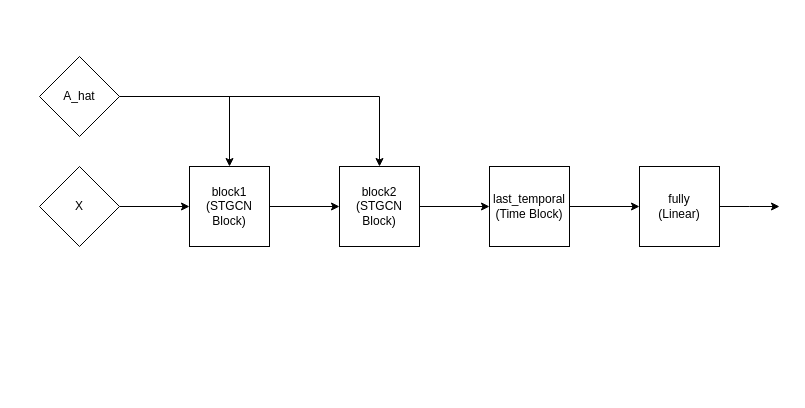
Above: diagrams/stgcn.drawio in oscarcrowley1/thesis (draw.io), before the change. Source tidied: cells renumbered, new cells numbered last; positions are measured from the earlier drawing's top-left corner, leaving out a move shared by most shapes. Both pictures are drawn from the tidied source at 100%, with x=0, y=0 at pixel (39, 56).
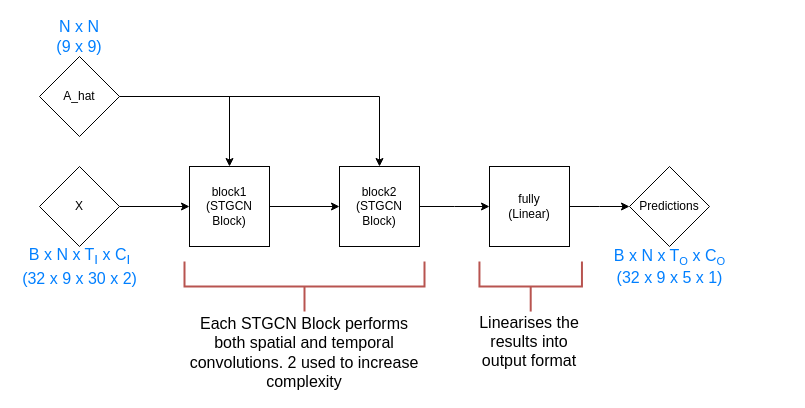
The same diagram, later.

The change refers to these unchanged cells:
```xml
<mxCell id="7" value="block2&lt;br&gt;(STGCN Block)" style="whiteSpace=wrap;html=1;" parent="1" vertex="1">
  <mxGeometry x="300" y="110" width="80" height="80" as="geometry" />
</mxCell>
```

The edit, as a diff of the source:
```diff
@@
-    <mxCell id="4" style="edgeStyle=orthogonalEdgeStyle;rounded=0;jettySize=auto;html=1;exitX=1;exitY=0.5;exitDx=0;exitDy=0;entryX=0;entryY=0.5;entryDx=0;entryDy=0;" parent="1" edge="1" source="5" target="9">
-      <mxGeometry relative="1" as="geometry" />
-    </mxCell>
-    <mxCell id="5" value="last_temporal&lt;br&gt;(Time Block)" style="whiteSpace=wrap;html=1;" parent="1" vertex="1">
-      <mxGeometry x="450" y="110" width="80" height="80" as="geometry" />
-    </mxCell>
-    <mxCell id="6" style="edgeStyle=orthogonalEdgeStyle;rounded=0;jettySize=auto;html=1;exitX=1;exitY=0.5;exitDx=0;exitDy=0;entryX=0;entryY=0.5;entryDx=0;entryDy=0;" parent="1" edge="1" source="7" target="5">
-      <mxGeometry relative="1" as="geometry" />
+    <mxCell id="6" style="edgeStyle=orthogonalEdgeStyle;rounded=0;jettySize=auto;html=1;exitX=1;exitY=0.5;exitDx=0;exitDy=0;entryX=0;entryY=0.5;entryDx=0;entryDy=0;" parent="1" edge="1" source="7">
+      <mxGeometry relative="1" as="geometry">
+        <mxPoint x="450" y="150" as="targetPoint" />
+      </mxGeometry>
     </mxCell>
@@
     <mxCell id="8" style="edgeStyle=orthogonalEdgeStyle;rounded=0;jettySize=auto;html=1;exitX=1;exitY=0.5;exitDx=0;exitDy=0;" parent="1" edge="1" source="9">
       <mxGeometry relative="1" as="geometry">
-        <mxPoint x="740" y="150" as="targetPoint" />
+        <mxPoint x="590" y="150" as="targetPoint" />
       </mxGeometry>
     </mxCell>
     <mxCell id="9" value="fully&lt;br&gt;(Linear)" style="whiteSpace=wrap;html=1;" parent="1" vertex="1">
-      <mxGeometry x="600" y="110" width="80" height="80" as="geometry" />
+      <mxGeometry x="450" y="110" width="80" height="80" as="geometry" />
     </mxCell>
@@
+    <mxCell id="15" value="Predictions" style="rhombus;whiteSpace=wrap;html=1;" parent="1" vertex="1">
+      <mxGeometry x="590" y="110" width="80" height="80" as="geometry" />
+    </mxCell>
+    <mxCell id="16" style="strokeWidth=2;html=1;shape=mxgraph.flowchart.annotation_2;align=left;labelPosition=right;rotation=-90;fillColor=#f8cecc;strokeColor=#b85450;" parent="1" vertex="1">
+      <mxGeometry x="240" y="110" width="50" height="240" as="geometry" />
+    </mxCell>
+    <mxCell id="17" value="&lt;font style=&quot;font-size: 16px&quot;&gt;Each STGCN Block performs both spatial and temporal convolutions. 2 used to increase complexity&lt;/font&gt;" style="text;html=1;strokeColor=none;fillColor=none;align=center;verticalAlign=middle;whiteSpace=wrap;rounded=0;" parent="1" vertex="1">
+      <mxGeometry x="145" y="281.2" width="240" height="30" as="geometry" />
+    </mxCell>
+    <mxCell id="18" style="strokeWidth=2;html=1;shape=mxgraph.flowchart.annotation_2;align=left;labelPosition=right;rotation=-90;fillColor=#f8cecc;strokeColor=#b85450;" parent="1" vertex="1">
+      <mxGeometry x="466.2" y="178.8" width="50" height="102.5" as="geometry" />
+    </mxCell>
+    <mxCell id="19" value="&lt;font style=&quot;font-size: 16px&quot;&gt;Linearises the results into output format&lt;/font&gt;" style="text;html=1;strokeColor=none;fillColor=none;align=center;verticalAlign=middle;whiteSpace=wrap;rounded=0;" parent="1" vertex="1">
+      <mxGeometry x="430" y="270" width="120" height="30" as="geometry" />
+    </mxCell>
+    <mxCell id="20" value="&lt;font color=&quot;#007fff&quot;&gt;N x N&lt;br&gt;(9 x 9)&lt;br&gt;&lt;/font&gt;" style="text;html=1;strokeColor=none;fillColor=none;align=center;verticalAlign=middle;whiteSpace=wrap;rounded=0;fontSize=16;" parent="1" vertex="1">
+      <mxGeometry x="10" y="-35" width="60" height="30" as="geometry" />
+    </mxCell>
+    <mxCell id="21" value="&lt;font color=&quot;#007fff&quot;&gt;B x N x T&lt;sub&gt;I&lt;/sub&gt; x C&lt;sub&gt;I&lt;/sub&gt;&lt;br&gt;(32 x 9 x 30 x 2)&lt;br&gt;&lt;/font&gt;" style="text;html=1;strokeColor=none;fillColor=none;align=center;verticalAlign=middle;whiteSpace=wrap;rounded=0;fontSize=16;" parent="1" vertex="1">
+      <mxGeometry x="-22.5" y="195" width="125" height="30" as="geometry" />
+    </mxCell>
+    <mxCell id="22" value="&lt;font color=&quot;#007fff&quot;&gt;B x N x T&lt;span style=&quot;font-size: 13.3333px&quot;&gt;&lt;sub&gt;O&lt;/sub&gt;&lt;/span&gt;&amp;nbsp;x C&lt;span style=&quot;font-size: 13.3333px&quot;&gt;&lt;sub&gt;O&lt;/sub&gt;&lt;/span&gt;&lt;br&gt;(32 x 9 x 5 x 1)&lt;br&gt;&lt;/font&gt;" style="text;html=1;strokeColor=none;fillColor=none;align=center;verticalAlign=middle;whiteSpace=wrap;rounded=0;fontSize=16;" parent="1" vertex="1">
+      <mxGeometry x="567.5" y="195" width="125" height="30" as="geometry" />
+    </mxCell>
```
